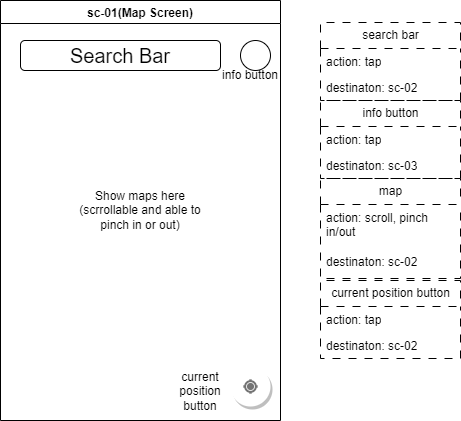
Before: documents/diagrams/screens/sc-01.drawio.png, a diagram exported from draw.io (OMEGA-himajin/ask-map). Source tidied: cells renumbered, new cells last; positions are measured from the earlier drawing's top-left corner, leaving out a move shared by most shapes.
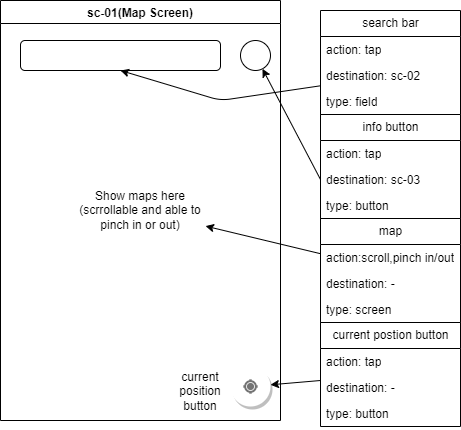
The same file after the commit.

Diff of the diagram source:
```diff
@@ -5,15 +5,12 @@
     <mxCell id="2" value="sc-01(Map Screen)" style="swimlane;strokeColor=#000000;" parent="1" vertex="1">
       <mxGeometry width="280" height="420" as="geometry" />
     </mxCell>
-    <mxCell id="3" value="Search Bar" style="rounded=1;whiteSpace=wrap;html=1;fontSize=20;" parent="2" vertex="1">
+    <mxCell id="3" style="rounded=1;whiteSpace=wrap;html=1;fontSize=20;" parent="2" vertex="1">
       <mxGeometry x="20" y="40" width="200" height="30" as="geometry" />
     </mxCell>
     <mxCell id="4" style="ellipse;whiteSpace=wrap;html=1;" parent="2" vertex="1">
       <mxGeometry x="240" y="40" width="30" height="30" as="geometry" />
     </mxCell>
-    <mxCell id="5" value="info button" style="text;html=1;strokeColor=none;fillColor=none;align=center;verticalAlign=middle;whiteSpace=wrap;rounded=0;fontColor=#000000;" parent="2" vertex="1">
-      <mxGeometry x="220" y="60" width="60" height="30" as="geometry" />
-    </mxCell>
     <mxCell id="6" style="shape=ellipse;dashed=0;strokeColor=none;shadow=1;fontSize=13;align=center;verticalAlign=top;labelPosition=center;verticalLabelPosition=bottom;html=1;fontColor=#000000;" parent="2" vertex="1">
       <mxGeometry x="230" y="366" width="40" height="40" as="geometry" />
     </mxCell>
@@ -26,41 +23,69 @@
     <mxCell id="9" value="Show maps here&lt;br&gt;(scrrollable and able to pinch in or out)" style="text;html=1;strokeColor=none;fillColor=none;align=center;verticalAlign=middle;whiteSpace=wrap;rounded=0;fontColor=#000000;" parent="2" vertex="1">
       <mxGeometry x="75" y="162.5" width="130" height="95" as="geometry" />
     </mxCell>
-    <mxCell id="10" value="search bar" style="swimlane;fontStyle=0;horizontal=1;startSize=26;fillColor=none;html=1;dashed=1;dashPattern=8 8;strokeColor=#000000;fontColor=#000000;" parent="1" vertex="1">
-      <mxGeometry x="320" y="22" width="140" height="78" as="geometry" />
+    <mxCell id="10" value="&lt;font color=&quot;#000000&quot;&gt;search bar&lt;/font&gt;" style="swimlane;fontStyle=0;horizontal=1;startSize=26;fillColor=none;html=1;strokeColor=#000000;" parent="1" vertex="1">
+      <mxGeometry x="320" y="10" width="140" height="104" as="geometry" />
     </mxCell>
-    <mxCell id="11" value="action: tap" style="text;strokeColor=none;fillColor=none;align=left;verticalAlign=top;spacingLeft=4;spacingRight=4;overflow=hidden;whiteSpace=wrap;html=1;dashed=1;dashPattern=8 8;fontColor=#000000;" parent="10" vertex="1">
-      <mxGeometry y="26" width="140" height="26" as="geometry" />
-    </mxCell>
-    <mxCell id="12" value="destinaton: sc-02" style="text;strokeColor=none;fillColor=none;align=left;verticalAlign=top;spacingLeft=4;spacingRight=4;overflow=hidden;whiteSpace=wrap;html=1;dashed=1;dashPattern=8 8;fontColor=#000000;" parent="10" vertex="1">
-      <mxGeometry y="52" width="140" height="26" as="geometry" />
-    </mxCell>
-    <mxCell id="13" value="info button" style="swimlane;fontStyle=0;horizontal=1;startSize=26;fillColor=none;html=1;dashed=1;dashPattern=8 8;strokeColor=#000000;fontColor=#000000;" parent="1" vertex="1">
-      <mxGeometry x="320" y="100" width="140" height="78" as="geometry" />
-    </mxCell>
-    <mxCell id="14" value="action: tap" style="text;strokeColor=none;fillColor=none;align=left;verticalAlign=top;spacingLeft=4;spacingRight=4;overflow=hidden;whiteSpace=wrap;html=1;dashed=1;dashPattern=8 8;fontColor=#000000;" parent="13" vertex="1">
-      <mxGeometry y="26" width="140" height="26" as="geometry" />
-    </mxCell>
-    <mxCell id="15" value="destinaton: sc-03" style="text;strokeColor=none;fillColor=none;align=left;verticalAlign=top;spacingLeft=4;spacingRight=4;overflow=hidden;whiteSpace=wrap;html=1;dashed=1;dashPattern=8 8;fontColor=#000000;" parent="13" vertex="1">
-      <mxGeometry y="52" width="140" height="26" as="geometry" />
-    </mxCell>
-    <mxCell id="16" value="current position button" style="swimlane;fontStyle=0;horizontal=1;startSize=26;fillColor=none;html=1;dashed=1;dashPattern=8 8;strokeColor=#000000;fontColor=#000000;" parent="1" vertex="1">
-      <mxGeometry x="320" y="280" width="140" height="78" as="geometry" />
-    </mxCell>
-    <mxCell id="17" value="action: tap" style="text;strokeColor=none;fillColor=none;align=left;verticalAlign=top;spacingLeft=4;spacingRight=4;overflow=hidden;whiteSpace=wrap;html=1;dashed=1;dashPattern=8 8;fontColor=#000000;" parent="16" vertex="1">
-      <mxGeometry y="26" width="140" height="26" as="geometry" />
-    </mxCell>
-    <mxCell id="18" value="destinaton: sc-02" style="text;strokeColor=none;fillColor=none;align=left;verticalAlign=top;spacingLeft=4;spacingRight=4;overflow=hidden;whiteSpace=wrap;html=1;dashed=1;dashPattern=8 8;fontColor=#000000;" parent="16" vertex="1">
-      <mxGeometry y="52" width="140" height="26" as="geometry" />
-    </mxCell>
+    <mxCell id="22" value="&lt;font color=&quot;#000000&quot;&gt;action: tap&lt;/font&gt;" style="text;strokeColor=none;fillColor=none;align=left;verticalAlign=top;spacingLeft=4;spacingRight=4;overflow=hidden;whiteSpace=wrap;html=1;" parent="10" vertex="1">
+      <mxGeometry y="26" width="140" height="26" as="geometry" />
+    </mxCell>
+    <mxCell id="23" value="&lt;font color=&quot;#000000&quot;&gt;destination: sc-02&lt;/font&gt;" style="text;strokeColor=none;fillColor=none;align=left;verticalAlign=top;spacingLeft=4;spacingRight=4;overflow=hidden;points=[[0,0.5],[1,0.5]];portConstraint=eastwest;whiteSpace=wrap;html=1;" parent="10" vertex="1">
+      <mxGeometry y="52" width="140" height="26" as="geometry" />
+    </mxCell>
+    <mxCell id="24" value="&lt;font color=&quot;#000000&quot;&gt;type: field&lt;/font&gt;" style="text;strokeColor=none;fillColor=none;align=left;verticalAlign=top;spacingLeft=4;spacingRight=4;overflow=hidden;whiteSpace=wrap;html=1;" parent="10" vertex="1">
+      <mxGeometry y="78" width="140" height="26" as="geometry" />
+    </mxCell>
+    <mxCell id="25" style="edgeStyle=none;html=1;entryX=0.5;entryY=1;entryDx=0;entryDy=0;fontColor=#000000;strokeColor=#000000;" parent="1" edge="1" source="23" target="3">
+      <mxGeometry relative="1" as="geometry">
+        <Array as="points">
+          <mxPoint x="220" y="100" />
+        </Array>
+      </mxGeometry>
+    </mxCell>
+    <mxCell id="26" style="edgeStyle=none;html=1;strokeColor=#000000;fontColor=#000000;exitX=0;exitY=0.5;exitDx=0;exitDy=0;" parent="1" edge="1" source="29" target="4">
+      <mxGeometry relative="1" as="geometry" />
+    </mxCell>
+    <mxCell id="27" value="&lt;font color=&quot;#000000&quot;&gt;info button&lt;/font&gt;" style="swimlane;fontStyle=0;horizontal=1;startSize=26;fillColor=none;html=1;strokeColor=#000000;" parent="1" vertex="1">
+      <mxGeometry x="320" y="114" width="140" height="104" as="geometry" />
+    </mxCell>
+    <mxCell id="28" value="&lt;font color=&quot;#000000&quot;&gt;action: tap&lt;/font&gt;" style="text;strokeColor=none;fillColor=none;align=left;verticalAlign=top;spacingLeft=4;spacingRight=4;overflow=hidden;whiteSpace=wrap;html=1;" parent="27" vertex="1">
+      <mxGeometry y="26" width="140" height="26" as="geometry" />
+    </mxCell>
+    <mxCell id="29" value="&lt;font color=&quot;#000000&quot;&gt;destination: sc-03&lt;/font&gt;" style="text;strokeColor=none;fillColor=none;align=left;verticalAlign=top;spacingLeft=4;spacingRight=4;overflow=hidden;points=[[0,0.5],[1,0.5]];portConstraint=eastwest;whiteSpace=wrap;html=1;" parent="27" vertex="1">
+      <mxGeometry y="52" width="140" height="26" as="geometry" />
+    </mxCell>
+    <mxCell id="30" value="&lt;font color=&quot;#000000&quot;&gt;type: button&lt;/font&gt;" style="text;strokeColor=none;fillColor=none;align=left;verticalAlign=top;spacingLeft=4;spacingRight=4;overflow=hidden;whiteSpace=wrap;html=1;" parent="27" vertex="1">
+      <mxGeometry y="78" width="140" height="26" as="geometry" />
+    </mxCell>
+    <mxCell id="31" style="edgeStyle=none;html=1;strokeColor=#000000;fontColor=#000000;" parent="1" edge="1" source="19" target="9">
+      <mxGeometry relative="1" as="geometry" />
+    </mxCell>
-    <mxCell id="19" value="map" style="swimlane;fontStyle=0;horizontal=1;startSize=26;fillColor=none;html=1;dashed=1;dashPattern=8 8;strokeColor=#000000;fontColor=#000000;" parent="1" vertex="1">
-      <mxGeometry x="320" y="178" width="140" height="100" as="geometry" />
+    <mxCell id="19" value="&lt;font color=&quot;#000000&quot;&gt;map&lt;/font&gt;" style="swimlane;fontStyle=0;horizontal=1;startSize=26;fillColor=none;html=1;strokeColor=#000000;" parent="1" vertex="1">
+      <mxGeometry x="320" y="218" width="140" height="104" as="geometry" />
     </mxCell>
-    <mxCell id="20" value="action: scroll, pinch in/out" style="text;strokeColor=none;fillColor=none;align=left;verticalAlign=top;spacingLeft=4;spacingRight=4;overflow=hidden;whiteSpace=wrap;html=1;dashed=1;dashPattern=8 8;fontColor=#000000;" parent="19" vertex="1">
-      <mxGeometry y="26" width="140" height="44" as="geometry" />
-    </mxCell>
-    <mxCell id="21" value="destinaton: sc-02" style="text;strokeColor=none;fillColor=none;align=left;verticalAlign=top;spacingLeft=4;spacingRight=4;overflow=hidden;whiteSpace=wrap;html=1;dashed=1;dashPattern=8 8;fontColor=#000000;" parent="19" vertex="1">
-      <mxGeometry y="70" width="140" height="30" as="geometry" />
-    </mxCell>
+    <mxCell id="32" value="&lt;font color=&quot;#000000&quot;&gt;action:scroll,pinch in/out&lt;/font&gt;" style="text;strokeColor=none;fillColor=none;align=left;verticalAlign=top;spacingLeft=4;spacingRight=4;overflow=hidden;whiteSpace=wrap;html=1;" parent="19" vertex="1">
+      <mxGeometry y="26" width="140" height="26" as="geometry" />
+    </mxCell>
+    <mxCell id="33" value="&lt;font color=&quot;#000000&quot;&gt;destination: -&lt;/font&gt;" style="text;strokeColor=none;fillColor=none;align=left;verticalAlign=top;spacingLeft=4;spacingRight=4;overflow=hidden;whiteSpace=wrap;html=1;" parent="19" vertex="1">
+      <mxGeometry y="52" width="140" height="26" as="geometry" />
+    </mxCell>
+    <mxCell id="34" value="&lt;font color=&quot;#000000&quot;&gt;type: screen&lt;/font&gt;" style="text;strokeColor=none;fillColor=none;align=left;verticalAlign=top;spacingLeft=4;spacingRight=4;overflow=hidden;whiteSpace=wrap;html=1;" parent="19" vertex="1">
+      <mxGeometry y="78" width="140" height="26" as="geometry" />
+    </mxCell>
+    <mxCell id="35" style="edgeStyle=none;html=1;strokeColor=#000000;fontColor=#000000;" parent="1" edge="1" source="36" target="6">
+      <mxGeometry relative="1" as="geometry" />
+    </mxCell>
+    <mxCell id="36" value="&lt;font color=&quot;#000000&quot;&gt;current postion button&lt;/font&gt;" style="swimlane;fontStyle=0;horizontal=1;startSize=26;fillColor=none;html=1;strokeColor=#000000;" parent="1" vertex="1">
+      <mxGeometry x="320" y="322" width="140" height="104" as="geometry" />
+    </mxCell>
+    <mxCell id="37" value="&lt;font color=&quot;#000000&quot;&gt;action: tap&lt;/font&gt;" style="text;strokeColor=none;fillColor=none;align=left;verticalAlign=top;spacingLeft=4;spacingRight=4;overflow=hidden;whiteSpace=wrap;html=1;" parent="36" vertex="1">
+      <mxGeometry y="26" width="140" height="26" as="geometry" />
+    </mxCell>
+    <mxCell id="38" value="&lt;font color=&quot;#000000&quot;&gt;destination: -&lt;/font&gt;" style="text;strokeColor=none;fillColor=none;align=left;verticalAlign=top;spacingLeft=4;spacingRight=4;overflow=hidden;whiteSpace=wrap;html=1;" parent="36" vertex="1">
+      <mxGeometry y="52" width="140" height="26" as="geometry" />
+    </mxCell>
+    <mxCell id="39" value="&lt;font color=&quot;#000000&quot;&gt;type: button&lt;/font&gt;" style="text;strokeColor=none;fillColor=none;align=left;verticalAlign=top;spacingLeft=4;spacingRight=4;overflow=hidden;whiteSpace=wrap;html=1;" parent="36" vertex="1">
+      <mxGeometry y="78" width="140" height="26" as="geometry" />
+    </mxCell>
   </root>
 </mxGraphModel>
```
